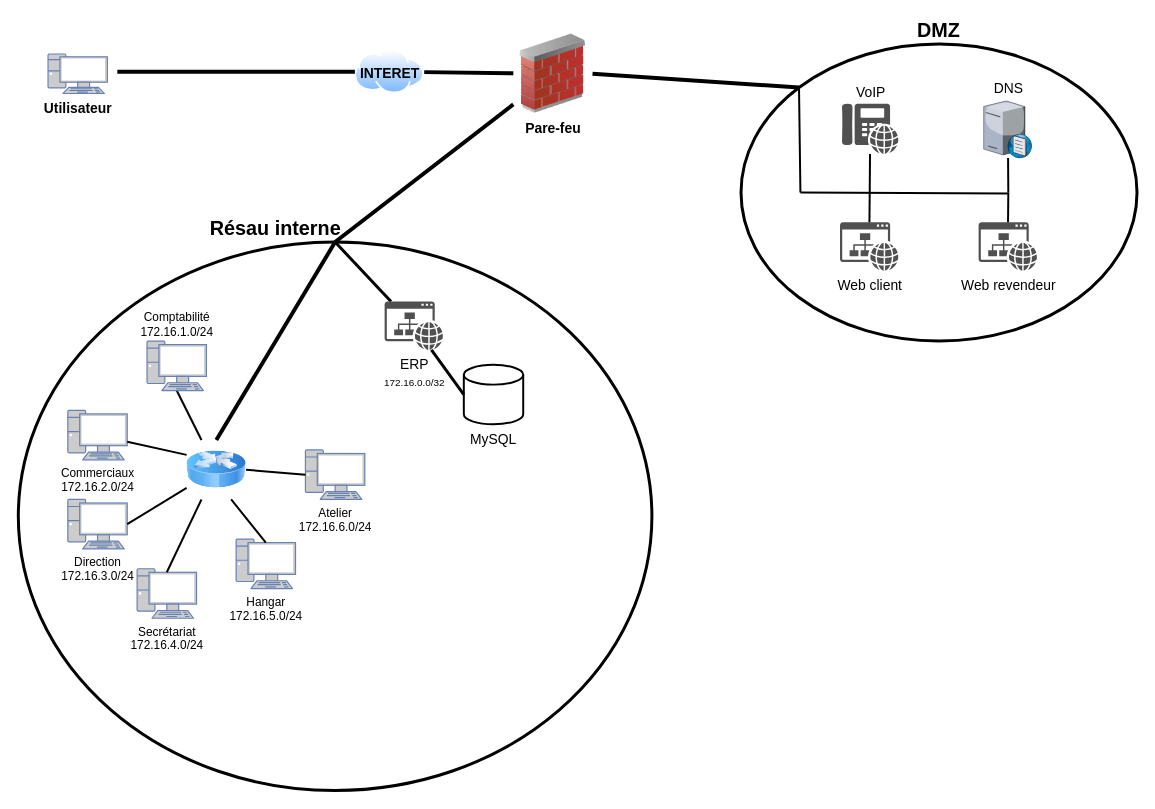
Above: Documents/Rapports/Schéma réseaux.drawio in GGEphec/AdminAout (draw.io), before the change. Source tidied: cells renumbered, new cells numbered last; positions are measured from the earlier drawing's top-left corner, leaving out a move shared by most shapes. Both pictures are drawn from the tidied source at 99%, with x=0, y=0 at pixel (18, 34).
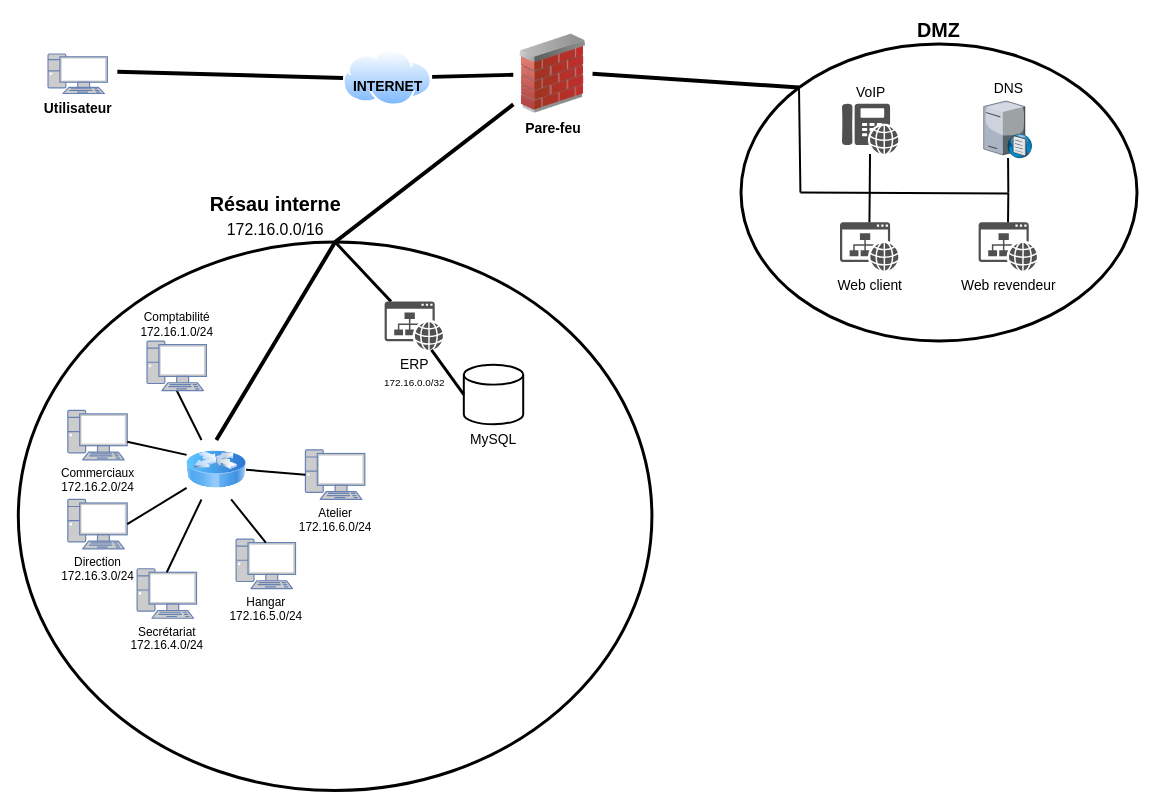
After the change.

Diff of the diagram source:
```diff
@@
-    <mxCell id="4" value="INTERET" style="perimeter=ellipsePerimeter;html=1;align=center;shadow=0;dashed=0;spacingTop=-35;image;image=img/lib/active_directory/internet_cloud.svg;spacingBottom=6;labelBackgroundColor=none;fontStyle=1;fontSize=14;" parent="1" vertex="1">
-      <mxGeometry x="340" y="15.9" width="70" height="44.1" as="geometry" />
+    <mxCell id="4" value="INTERNET" style="perimeter=ellipsePerimeter;html=1;align=center;shadow=0;dashed=0;spacingTop=-35;image;image=img/lib/active_directory/internet_cloud.svg;spacingBottom=6;labelBackgroundColor=none;fontStyle=1;fontSize=14;" parent="1" vertex="1">
+      <mxGeometry x="328" y="15.9" width="90" height="56.7" as="geometry" />
     </mxCell>
@@
-    <mxCell id="7" value="Résau interne" style="ellipse;whiteSpace=wrap;html=1;fillColor=none;fontSize=20;fontStyle=1;labelPosition=center;verticalLabelPosition=top;align=center;verticalAlign=bottom;spacingLeft=-120;strokeWidth=3;" parent="1" vertex="1">
+    <mxCell id="7" value="Résau interne&lt;br&gt;&lt;span style=&quot;font-weight: normal&quot;&gt;&lt;font style=&quot;font-size: 16px&quot;&gt;172.16.0.0/16&lt;/font&gt;&lt;/span&gt;" style="ellipse;whiteSpace=wrap;html=1;fillColor=none;fontSize=20;fontStyle=1;labelPosition=center;verticalLabelPosition=top;align=center;verticalAlign=bottom;spacingLeft=-120;strokeWidth=3;" parent="1" vertex="1">
       <mxGeometry y="210" width="640" height="554" as="geometry" />
     </mxCell>
```
